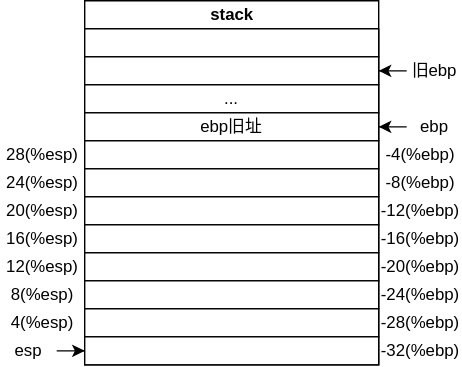
This is drawio/x86callFunc.drawio.svg from Stolorzs/Picgo, a draw.io export, as it was before one commit. Source tidied: cells renumbered, new cells last; positions are measured from the earlier drawing's top-left corner, leaving out a move shared by most shapes.
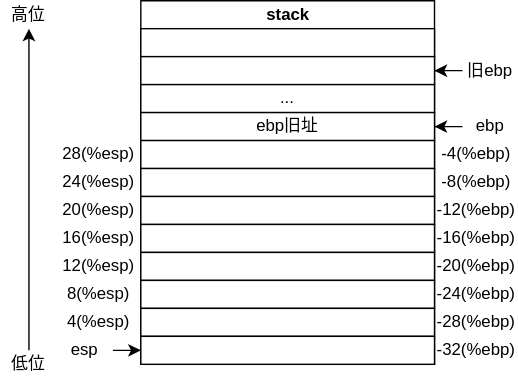
After the change.

Diff of the diagram source:
```diff
@@ -104,5 +104,14 @@
     <mxCell id="35" value="8(%esp)" style="text;html=1;align=center;verticalAlign=middle;whiteSpace=wrap;rounded=0;" parent="1" vertex="1">
       <mxGeometry x="10" y="200" width="40" height="20" as="geometry" />
     </mxCell>
+    <mxCell id="36" value="高位" style="text;html=1;align=center;verticalAlign=middle;whiteSpace=wrap;rounded=0;" parent="1" vertex="1">
+      <mxGeometry x="-40" width="40" height="20" as="geometry" />
+    </mxCell>
+    <mxCell id="37" style="edgeStyle=orthogonalEdgeStyle;rounded=0;jettySize=auto;html=1;" parent="1" edge="1" source="38" target="36">
+      <mxGeometry relative="1" as="geometry" />
+    </mxCell>
+    <mxCell id="38" value="低位" style="text;html=1;align=center;verticalAlign=middle;whiteSpace=wrap;rounded=0;" parent="1" vertex="1">
+      <mxGeometry x="-40" y="250" width="40" height="20" as="geometry" />
+    </mxCell>
   </root>
 </mxGraphModel>
```
